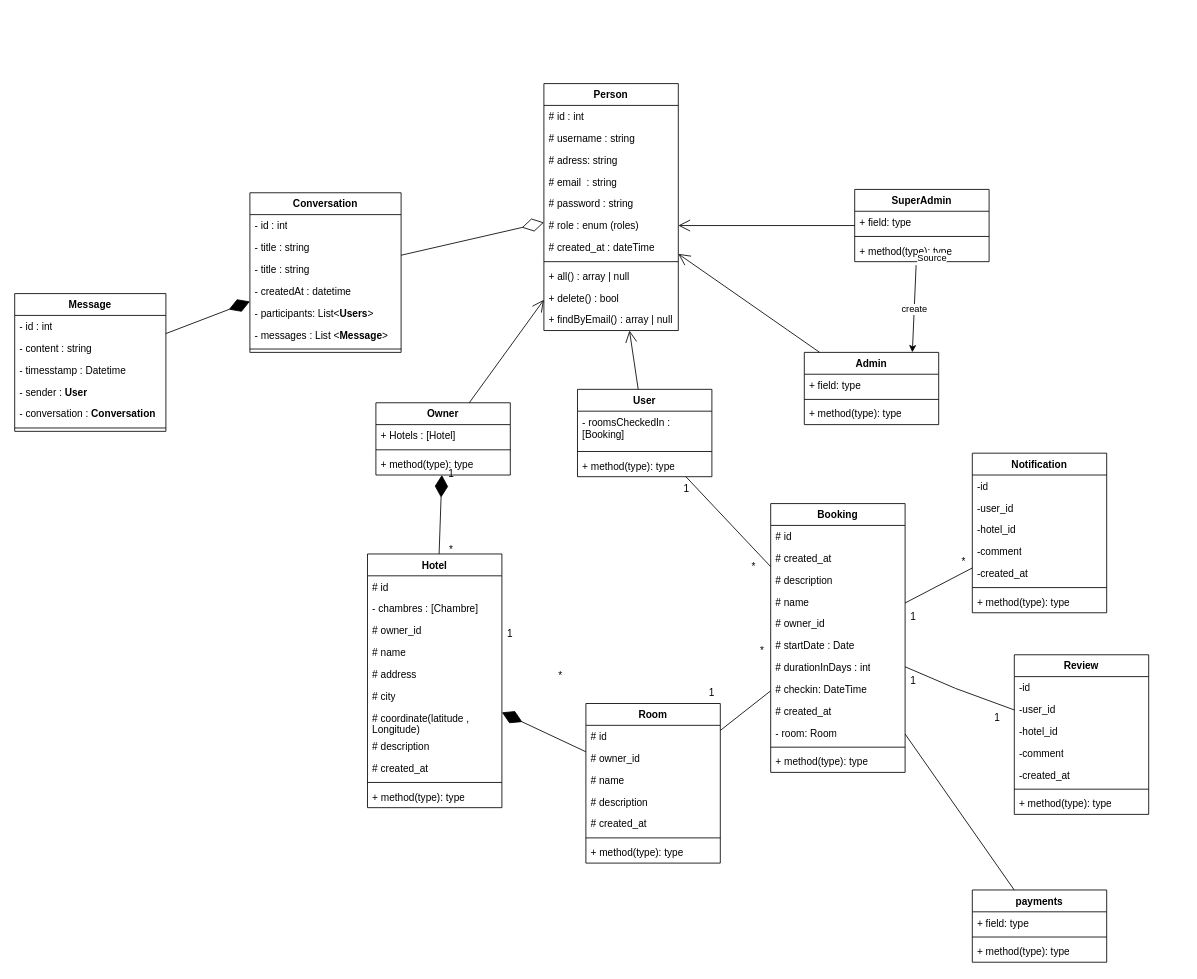
Above: Conception UML/Class diagram.drawio in mohammed-ali-boutaine/hotel-system (draw.io), before the change. Source tidied: cells renumbered, new cells numbered last; positions are measured from the earlier drawing's top-left corner, leaving out a move shared by most shapes. Both pictures are drawn from the tidied source at 84%, with x=0, y=0 at pixel (14, 83).
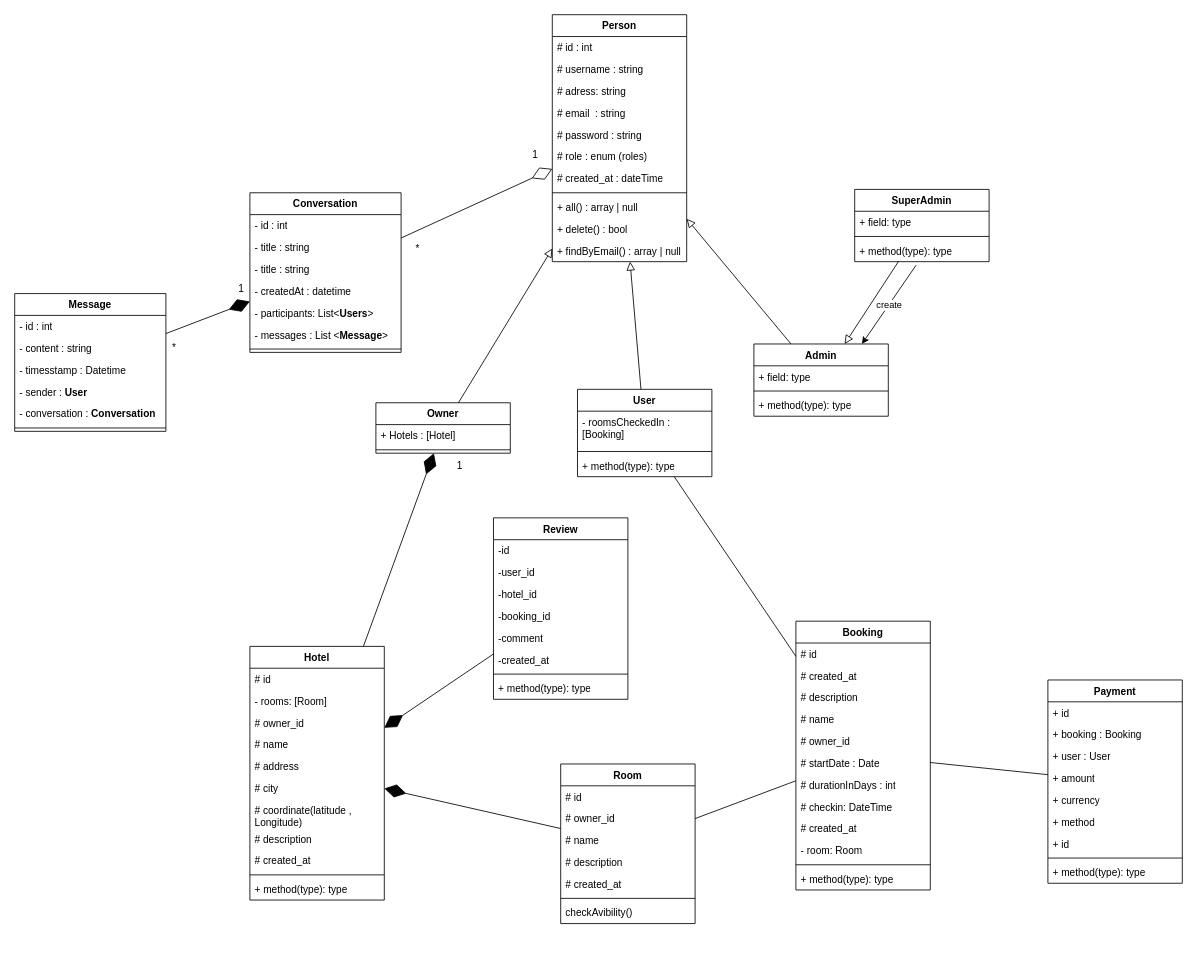
Above is the later version.

Unchanged cells that the change refers to:
```xml
<mxCell id="41" value="# role : enum (roles)" style="text;strokeColor=none;fillColor=none;align=left;verticalAlign=top;spacingLeft=4;spacingRight=4;overflow=hidden;points=[[0,0.5],[1,0.5]];portConstraint=eastwest;whiteSpace=wrap;html=1;" parent="35" vertex="1">
  <mxGeometry y="156" width="160" height="26" as="geometry" />
</mxCell>
<mxCell id="55" value="User" style="swimlane;fontStyle=1;align=center;verticalAlign=top;horizontal=1;startSize=26;whiteSpace=wrap;html=1;" parent="1" vertex="1">
  <mxGeometry x="670" y="364" width="160" height="104" as="geometry" />
</mxCell>
<mxCell id="86" value="SuperAdmin" style="swimlane;fontStyle=1;align=center;verticalAlign=top;horizontal=1;startSize=26;whiteSpace=wrap;html=1;" parent="1" vertex="1">
  <mxGeometry x="1000" y="126" width="160" height="86" as="geometry" />
</mxCell>
<mxCell id="91" style="endArrow=classic;html=1;rounded=0;exitX=0.457;exitY=1.161;exitDx=0;exitDy=0;exitPerimeter=0;entryX=0.804;entryY=-0.001;entryDx=0;entryDy=0;entryPerimeter=0;" parent="1" edge="1" source="89" target="51">
  <mxGeometry relative="1" as="geometry" />
</mxCell>
```

Change to the diagram source:
```diff
@@
     <mxCell id="2" value="Hotel" style="swimlane;fontStyle=1;align=center;verticalAlign=top;horizontal=1;startSize=26;whiteSpace=wrap;html=1;" parent="1" vertex="1">
-      <mxGeometry x="420" y="560" width="160" height="302" as="geometry" />
+      <mxGeometry x="280" y="670" width="160" height="302" as="geometry" />
     </mxCell>
@@
-    <mxCell id="4" value="&lt;div&gt;- chambres : [Chambre]&lt;/div&gt;" style="text;strokeColor=none;fillColor=none;align=left;verticalAlign=top;spacingLeft=4;spacingRight=4;overflow=hidden;whiteSpace=wrap;html=1;" parent="2" vertex="1">
+    <mxCell id="4" value="&lt;div&gt;- rooms: [Room]&lt;/div&gt;" style="text;strokeColor=none;fillColor=none;align=left;verticalAlign=top;spacingLeft=4;spacingRight=4;overflow=hidden;whiteSpace=wrap;html=1;" parent="2" vertex="1">
       <mxGeometry y="52" width="160" height="26" as="geometry" />
     </mxCell>
@@
     <mxCell id="14" value="Room" style="swimlane;fontStyle=1;align=center;verticalAlign=top;horizontal=1;startSize=26;whiteSpace=wrap;html=1;" parent="1" vertex="1">
-      <mxGeometry x="680" y="738" width="160" height="190" as="geometry" />
+      <mxGeometry x="650" y="810" width="160" height="190" as="geometry" />
     </mxCell>
@@
-    <mxCell id="21" value="+ method(type): type" style="text;strokeColor=none;fillColor=none;align=left;verticalAlign=top;spacingLeft=4;spacingRight=4;overflow=hidden;whiteSpace=wrap;html=1;" parent="14" vertex="1">
+    <mxCell id="21" value="checkAvibility()" style="text;strokeColor=none;fillColor=none;align=left;verticalAlign=top;spacingLeft=4;spacingRight=4;overflow=hidden;whiteSpace=wrap;html=1;" parent="14" vertex="1">
       <mxGeometry y="164" width="160" height="26" as="geometry" />
     </mxCell>
     <mxCell id="22" value="Booking" style="swimlane;fontStyle=1;align=center;verticalAlign=top;horizontal=1;startSize=26;whiteSpace=wrap;html=1;" parent="1" vertex="1">
-      <mxGeometry x="900" y="500" width="160" height="320" as="geometry" />
+      <mxGeometry x="930" y="640" width="160" height="320" as="geometry" />
     </mxCell>
@@
     <mxCell id="35" value="Person" style="swimlane;fontStyle=1;align=center;verticalAlign=top;horizontal=1;startSize=26;whiteSpace=wrap;html=1;" parent="1" vertex="1">
-      <mxGeometry x="630" width="160" height="294" as="geometry" />
+      <mxGeometry x="640" y="-82" width="160" height="294" as="geometry" />
     </mxCell>
@@
     <mxCell id="47" value="Owner" style="swimlane;fontStyle=1;align=center;verticalAlign=top;horizontal=1;startSize=26;whiteSpace=wrap;html=1;" parent="1" vertex="1">
-      <mxGeometry x="430" y="380" width="160" height="86" as="geometry" />
+      <mxGeometry x="430" y="380" width="160" height="60" as="geometry" />
     </mxCell>
@@
-    <mxCell id="50" value="+ method(type): type" style="text;strokeColor=none;fillColor=none;align=left;verticalAlign=top;spacingLeft=4;spacingRight=4;overflow=hidden;whiteSpace=wrap;html=1;" parent="47" vertex="1">
-      <mxGeometry y="60" width="160" height="26" as="geometry" />
-    </mxCell>
     <mxCell id="51" value="Admin" style="swimlane;fontStyle=1;align=center;verticalAlign=top;horizontal=1;startSize=26;whiteSpace=wrap;html=1;" parent="1" vertex="1">
-      <mxGeometry x="940" y="320" width="160" height="86" as="geometry" />
+      <mxGeometry x="880" y="310" width="160" height="86" as="geometry" />
     </mxCell>
@@
-    <mxCell id="59" style="endArrow=open;endFill=1;endSize=12;html=1;rounded=0;" parent="1" edge="1" source="47" target="35">
-      <mxGeometry relative="1" as="geometry" />
-    </mxCell>
-    <mxCell id="60" style="endArrow=open;endFill=1;endSize=12;html=1;rounded=0;" parent="1" edge="1" source="51" target="35">
-      <mxGeometry relative="1" as="geometry" />
-    </mxCell>
-    <mxCell id="61" style="endArrow=open;endFill=1;endSize=12;html=1;rounded=0;" parent="1" edge="1" source="55" target="35">
-      <mxGeometry relative="1" as="geometry" />
-    </mxCell>
@@
     <mxCell id="66" value="Review" style="swimlane;fontStyle=1;align=center;verticalAlign=top;horizontal=1;startSize=26;whiteSpace=wrap;html=1;" parent="1" vertex="1">
-      <mxGeometry x="1190" y="680" width="160" height="190" as="geometry" />
+      <mxGeometry x="570" y="517" width="160" height="216" as="geometry" />
     </mxCell>
@@
+    <mxCell id="126" value="-booking_id" style="text;strokeColor=none;fillColor=none;align=left;verticalAlign=top;spacingLeft=4;spacingRight=4;overflow=hidden;whiteSpace=wrap;html=1;" parent="66" vertex="1">
+      <mxGeometry y="104" width="160" height="26" as="geometry" />
+    </mxCell>
     <mxCell id="70" value="-comment" style="text;strokeColor=none;fillColor=none;align=left;verticalAlign=top;spacingLeft=4;spacingRight=4;overflow=hidden;whiteSpace=wrap;html=1;" parent="66" vertex="1">
-      <mxGeometry y="104" width="160" height="26" as="geometry" />
+      <mxGeometry y="130" width="160" height="26" as="geometry" />
     </mxCell>
     <mxCell id="71" value="-created_at" style="text;strokeColor=none;fillColor=none;align=left;verticalAlign=top;spacingLeft=4;spacingRight=4;overflow=hidden;whiteSpace=wrap;html=1;" parent="66" vertex="1">
-      <mxGeometry y="130" width="160" height="26" as="geometry" />
+      <mxGeometry y="156" width="160" height="26" as="geometry" />
     </mxCell>
     <mxCell id="72" style="line;strokeWidth=1;fillColor=none;align=left;verticalAlign=middle;spacingTop=-1;spacingLeft=3;spacingRight=3;labelPosition=right;strokeColor=inherit;" parent="66" vertex="1">
-      <mxGeometry y="156" width="160" height="8" as="geometry" />
+      <mxGeometry y="182" width="160" height="8" as="geometry" />
     </mxCell>
     <mxCell id="73" value="+ method(type): type" style="text;strokeColor=none;fillColor=none;align=left;verticalAlign=top;spacingLeft=4;spacingRight=4;overflow=hidden;whiteSpace=wrap;html=1;" parent="66" vertex="1">
-      <mxGeometry y="164" width="160" height="26" as="geometry" />
+      <mxGeometry y="190" width="160" height="26" as="geometry" />
     </mxCell>
-    <mxCell id="74" value="payments" style="swimlane;fontStyle=1;align=center;verticalAlign=top;horizontal=1;startSize=26;whiteSpace=wrap;html=1;" parent="1" vertex="1">
-      <mxGeometry x="1140" y="960" width="160" height="86" as="geometry" />
+    <mxCell id="74" value="Payment" style="swimlane;fontStyle=1;align=center;verticalAlign=top;horizontal=1;startSize=26;whiteSpace=wrap;html=1;" parent="1" vertex="1">
+      <mxGeometry x="1230" y="710" width="160" height="242" as="geometry" />
     </mxCell>
-    <mxCell id="75" value="+ field: type" style="text;strokeColor=none;fillColor=none;align=left;verticalAlign=top;spacingLeft=4;spacingRight=4;overflow=hidden;whiteSpace=wrap;html=1;" parent="74" vertex="1">
+    <mxCell id="75" value="+ id" style="text;strokeColor=none;fillColor=none;align=left;verticalAlign=top;spacingLeft=4;spacingRight=4;overflow=hidden;whiteSpace=wrap;html=1;" parent="74" vertex="1">
       <mxGeometry y="26" width="160" height="26" as="geometry" />
     </mxCell>
+    <mxCell id="127" value="+ booking : Booking" style="text;strokeColor=none;fillColor=none;align=left;verticalAlign=top;spacingLeft=4;spacingRight=4;overflow=hidden;whiteSpace=wrap;html=1;" parent="74" vertex="1">
+      <mxGeometry y="52" width="160" height="26" as="geometry" />
+    </mxCell>
+    <mxCell id="128" value="+ user : User" style="text;strokeColor=none;fillColor=none;align=left;verticalAlign=top;spacingLeft=4;spacingRight=4;overflow=hidden;whiteSpace=wrap;html=1;" parent="74" vertex="1">
+      <mxGeometry y="78" width="160" height="26" as="geometry" />
+    </mxCell>
+    <mxCell id="129" value="+ amount" style="text;strokeColor=none;fillColor=none;align=left;verticalAlign=top;spacingLeft=4;spacingRight=4;overflow=hidden;whiteSpace=wrap;html=1;" parent="74" vertex="1">
+      <mxGeometry y="104" width="160" height="26" as="geometry" />
+    </mxCell>
+    <mxCell id="130" value="+ currency" style="text;strokeColor=none;fillColor=none;align=left;verticalAlign=top;spacingLeft=4;spacingRight=4;overflow=hidden;whiteSpace=wrap;html=1;" parent="74" vertex="1">
+      <mxGeometry y="130" width="160" height="26" as="geometry" />
+    </mxCell>
+    <mxCell id="131" value="+ method" style="text;strokeColor=none;fillColor=none;align=left;verticalAlign=top;spacingLeft=4;spacingRight=4;overflow=hidden;whiteSpace=wrap;html=1;" parent="74" vertex="1">
+      <mxGeometry y="156" width="160" height="26" as="geometry" />
+    </mxCell>
+    <mxCell id="132" value="+ id" style="text;strokeColor=none;fillColor=none;align=left;verticalAlign=top;spacingLeft=4;spacingRight=4;overflow=hidden;whiteSpace=wrap;html=1;" parent="74" vertex="1">
+      <mxGeometry y="182" width="160" height="26" as="geometry" />
+    </mxCell>
     <mxCell id="76" style="line;strokeWidth=1;fillColor=none;align=left;verticalAlign=middle;spacingTop=-1;spacingLeft=3;spacingRight=3;labelPosition=right;strokeColor=inherit;" parent="74" vertex="1">
-      <mxGeometry y="52" width="160" height="8" as="geometry" />
+      <mxGeometry y="208" width="160" height="8" as="geometry" />
     </mxCell>
     <mxCell id="77" value="+ method(type): type" style="text;strokeColor=none;fillColor=none;align=left;verticalAlign=top;spacingLeft=4;spacingRight=4;overflow=hidden;whiteSpace=wrap;html=1;" parent="74" vertex="1">
-      <mxGeometry y="60" width="160" height="26" as="geometry" />
+      <mxGeometry y="216" width="160" height="26" as="geometry" />
     </mxCell>
-    <mxCell id="78" value="*" style="text;html=1;align=center;verticalAlign=middle;whiteSpace=wrap;rounded=0;" parent="1" vertex="1">
-      <mxGeometry x="850" y="560" width="60" height="30" as="geometry" />
-    </mxCell>
-    <mxCell id="79" value="1" style="text;html=1;align=center;verticalAlign=middle;whiteSpace=wrap;rounded=0;" parent="1" vertex="1">
-      <mxGeometry x="770" y="468" width="60" height="30" as="geometry" />
-    </mxCell>
-    <mxCell id="80" value="*" style="text;html=1;align=center;verticalAlign=middle;whiteSpace=wrap;rounded=0;" parent="1" vertex="1">
-      <mxGeometry x="860" y="660" width="60" height="30" as="geometry" />
-    </mxCell>
-    <mxCell id="81" value="1" style="text;html=1;align=center;verticalAlign=middle;whiteSpace=wrap;rounded=0;" parent="1" vertex="1">
-      <mxGeometry x="800" y="710" width="60" height="30" as="geometry" />
-    </mxCell>
-    <mxCell id="82" value="1" style="text;html=1;align=center;verticalAlign=middle;whiteSpace=wrap;rounded=0;" parent="1" vertex="1">
-      <mxGeometry x="560" y="640" width="60" height="30" as="geometry" />
-    </mxCell>
-    <mxCell id="83" value="*" style="text;html=1;align=center;verticalAlign=middle;whiteSpace=wrap;rounded=0;" parent="1" vertex="1">
-      <mxGeometry x="620" y="690" width="60" height="30" as="geometry" />
-    </mxCell>
     <mxCell id="84" value="1" style="text;html=1;align=center;verticalAlign=middle;whiteSpace=wrap;rounded=0;" parent="1" vertex="1">
-      <mxGeometry x="490" y="450" width="60" height="30" as="geometry" />
+      <mxGeometry x="500" y="440" width="60" height="30" as="geometry" />
     </mxCell>
-    <mxCell id="85" value="*" style="text;html=1;align=center;verticalAlign=middle;whiteSpace=wrap;rounded=0;" parent="1" vertex="1">
-      <mxGeometry x="490" y="540" width="60" height="30" as="geometry" />
-    </mxCell>
@@
-    <mxCell id="90" style="endArrow=open;endFill=1;endSize=12;html=1;rounded=0;entryX=1;entryY=0.5;entryDx=0;entryDy=0;" parent="1" edge="1" source="86" target="41">
-      <mxGeometry relative="1" as="geometry" />
-    </mxCell>
@@
-    <mxCell id="93" value="Source" style="edgeLabel;html=1;align=left;verticalAlign=bottom;" parent="91" vertex="1">
-      <mxGeometry x="-1" relative="1" as="geometry" />
-    </mxCell>
-    <mxCell id="94" value="Notification" style="swimlane;fontStyle=1;align=center;verticalAlign=top;horizontal=1;startSize=26;whiteSpace=wrap;html=1;" parent="1" vertex="1">
-      <mxGeometry x="1140" y="440" width="160" height="190" as="geometry" />
-    </mxCell>
-    <mxCell id="95" value="-id" style="text;strokeColor=none;fillColor=none;align=left;verticalAlign=top;spacingLeft=4;spacingRight=4;overflow=hidden;whiteSpace=wrap;html=1;" parent="94" vertex="1">
-      <mxGeometry y="26" width="160" height="26" as="geometry" />
-    </mxCell>
-    <mxCell id="96" value="-user_id" style="text;strokeColor=none;fillColor=none;align=left;verticalAlign=top;spacingLeft=4;spacingRight=4;overflow=hidden;whiteSpace=wrap;html=1;" parent="94" vertex="1">
-      <mxGeometry y="52" width="160" height="26" as="geometry" />
-    </mxCell>
-    <mxCell id="97" value="-hotel_id" style="text;strokeColor=none;fillColor=none;align=left;verticalAlign=top;spacingLeft=4;spacingRight=4;overflow=hidden;whiteSpace=wrap;html=1;" parent="94" vertex="1">
-      <mxGeometry y="78" width="160" height="26" as="geometry" />
-    </mxCell>
-    <mxCell id="98" value="-comment" style="text;strokeColor=none;fillColor=none;align=left;verticalAlign=top;spacingLeft=4;spacingRight=4;overflow=hidden;whiteSpace=wrap;html=1;" parent="94" vertex="1">
-      <mxGeometry y="104" width="160" height="26" as="geometry" />
-    </mxCell>
-    <mxCell id="99" value="-created_at" style="text;strokeColor=none;fillColor=none;align=left;verticalAlign=top;spacingLeft=4;spacingRight=4;overflow=hidden;whiteSpace=wrap;html=1;" parent="94" vertex="1">
-      <mxGeometry y="130" width="160" height="26" as="geometry" />
-    </mxCell>
-    <mxCell id="100" style="line;strokeWidth=1;fillColor=none;align=left;verticalAlign=middle;spacingTop=-1;spacingLeft=3;spacingRight=3;labelPosition=right;strokeColor=inherit;" parent="94" vertex="1">
-      <mxGeometry y="156" width="160" height="8" as="geometry" />
-    </mxCell>
-    <mxCell id="101" value="+ method(type): type" style="text;strokeColor=none;fillColor=none;align=left;verticalAlign=top;spacingLeft=4;spacingRight=4;overflow=hidden;whiteSpace=wrap;html=1;" parent="94" vertex="1">
-      <mxGeometry y="164" width="160" height="26" as="geometry" />
-    </mxCell>
-    <mxCell id="102" style="endArrow=none;html=1;rounded=0;" parent="1" edge="1" source="22" target="94">
-      <mxGeometry relative="1" as="geometry" />
-    </mxCell>
-    <mxCell id="103" value="1" style="text;html=1;align=center;verticalAlign=middle;whiteSpace=wrap;rounded=0;" parent="1" vertex="1">
-      <mxGeometry x="1040" y="620" width="60" height="30" as="geometry" />
-    </mxCell>
-    <mxCell id="104" value="*" style="text;html=1;align=center;verticalAlign=middle;whiteSpace=wrap;rounded=0;" parent="1" vertex="1">
-      <mxGeometry x="1100" y="560" width="60" height="20" as="geometry" />
-    </mxCell>
@@
-    <mxCell id="113" style="endArrow=none;html=1;rounded=0;" parent="1" edge="1" source="22" target="66">
-      <mxGeometry relative="1" as="geometry">
-        <Array as="points">
-          <mxPoint x="1120" y="720" />
-        </Array>
-      </mxGeometry>
-    </mxCell>
-    <mxCell id="114" value="1" style="text;html=1;align=center;verticalAlign=middle;whiteSpace=wrap;rounded=0;" parent="1" vertex="1">
-      <mxGeometry x="1040" y="696" width="60" height="30" as="geometry" />
-    </mxCell>
-    <mxCell id="115" value="1" style="text;html=1;align=center;verticalAlign=middle;whiteSpace=wrap;rounded=0;" parent="1" vertex="1">
-      <mxGeometry x="1140" y="740" width="60" height="30" as="geometry" />
-    </mxCell>
@@
-    <mxCell id="125" style="endArrow=none;html=1;rounded=0;" parent="1" edge="1" source="22" target="74">
-      <mxGeometry relative="1" as="geometry" />
-    </mxCell>
+    <mxCell id="133" style="endArrow=none;html=1;" parent="1" edge="1" source="74" target="22">
+      <mxGeometry relative="1" as="geometry" />
+    </mxCell>
+    <mxCell id="61" style="endArrow=block;html=1;rounded=0;align=center;verticalAlign=bottom;endFill=0;labelBackgroundColor=none;endSize=8;" parent="1" edge="1" source="55" target="35">
+      <mxGeometry relative="1" as="geometry" />
+    </mxCell>
+    <mxCell id="134" style="html=1;align=center;verticalAlign=top;labelBackgroundColor=none;" parent="61" vertex="1">
+      <mxGeometry relative="1" as="geometry" />
+    </mxCell>
+    <mxCell id="60" style="endArrow=block;html=1;rounded=0;align=center;verticalAlign=bottom;endFill=0;labelBackgroundColor=none;endSize=8;" parent="1" edge="1" source="51" target="35">
+      <mxGeometry relative="1" as="geometry" />
+    </mxCell>
+    <mxCell id="135" style="html=1;align=center;verticalAlign=top;labelBackgroundColor=none;" parent="60" vertex="1">
+      <mxGeometry relative="1" as="geometry" />
+    </mxCell>
+    <mxCell id="136" style="endArrow=block;html=1;rounded=0;align=center;verticalAlign=bottom;endFill=0;labelBackgroundColor=none;endSize=8;" parent="1" edge="1" source="86" target="51">
+      <mxGeometry relative="1" as="geometry" />
+    </mxCell>
+    <mxCell id="137" style="html=1;align=center;verticalAlign=top;labelBackgroundColor=none;" parent="136" vertex="1">
+      <mxGeometry relative="1" as="geometry" />
+    </mxCell>
+    <mxCell id="59" style="endArrow=block;html=1;rounded=0;align=center;verticalAlign=bottom;endFill=0;labelBackgroundColor=none;endSize=8;" parent="1" edge="1" source="47" target="35">
+      <mxGeometry relative="1" as="geometry" />
+    </mxCell>
+    <mxCell id="138" style="html=1;align=center;verticalAlign=top;labelBackgroundColor=none;" parent="59" vertex="1">
+      <mxGeometry relative="1" as="geometry" />
+    </mxCell>
+    <mxCell id="139" value="1" style="text;html=1;align=center;verticalAlign=middle;whiteSpace=wrap;rounded=0;" parent="1" vertex="1">
+      <mxGeometry x="590" y="70" width="60" height="30" as="geometry" />
+    </mxCell>
+    <mxCell id="140" value="*" style="text;html=1;align=center;verticalAlign=middle;whiteSpace=wrap;rounded=0;" parent="1" vertex="1">
+      <mxGeometry x="450" y="182" width="60" height="30" as="geometry" />
+    </mxCell>
+    <mxCell id="141" value="1" style="text;html=1;align=center;verticalAlign=middle;whiteSpace=wrap;rounded=0;" parent="1" vertex="1">
+      <mxGeometry x="240" y="230" width="60" height="30" as="geometry" />
+    </mxCell>
+    <mxCell id="142" value="*" style="text;html=1;align=center;verticalAlign=middle;whiteSpace=wrap;rounded=0;" parent="1" vertex="1">
+      <mxGeometry x="160" y="300" width="60" height="30" as="geometry" />
+    </mxCell>
+    <mxCell id="143" style="endArrow=diamondThin;endFill=1;endSize=24;html=1;rounded=0;" parent="1" edge="1" source="66" target="2">
+      <mxGeometry relative="1" as="geometry" />
+    </mxCell>
```
